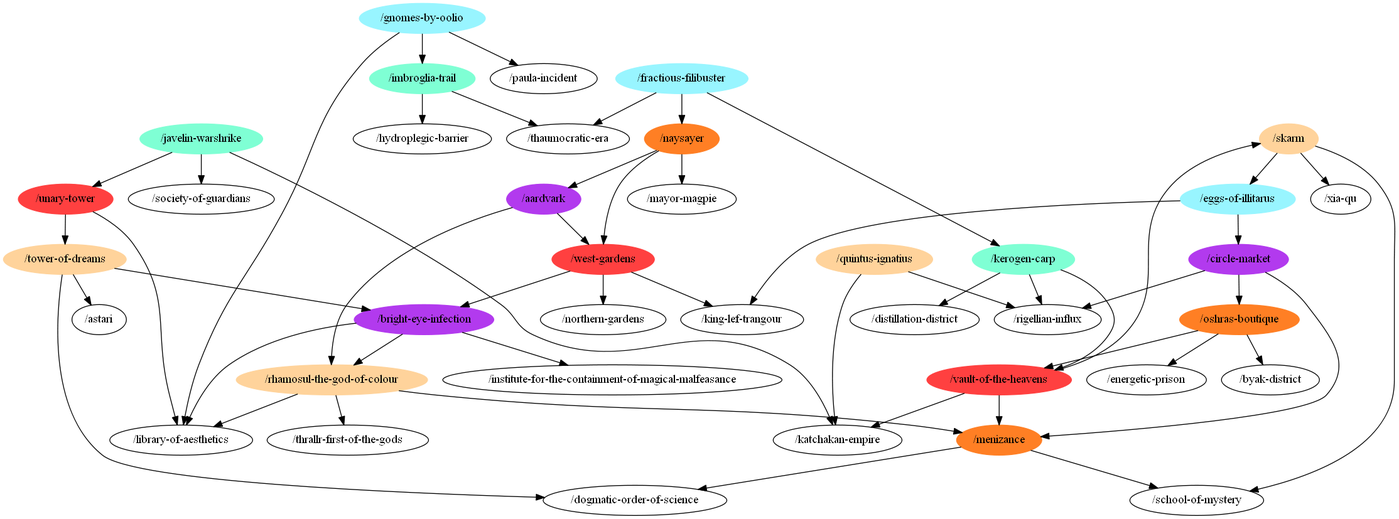
This is at-general.png from m-r-hunt/od117-walker, a Graphviz export, as it was before one commit. Its source is kept beside it as at-general.dot.
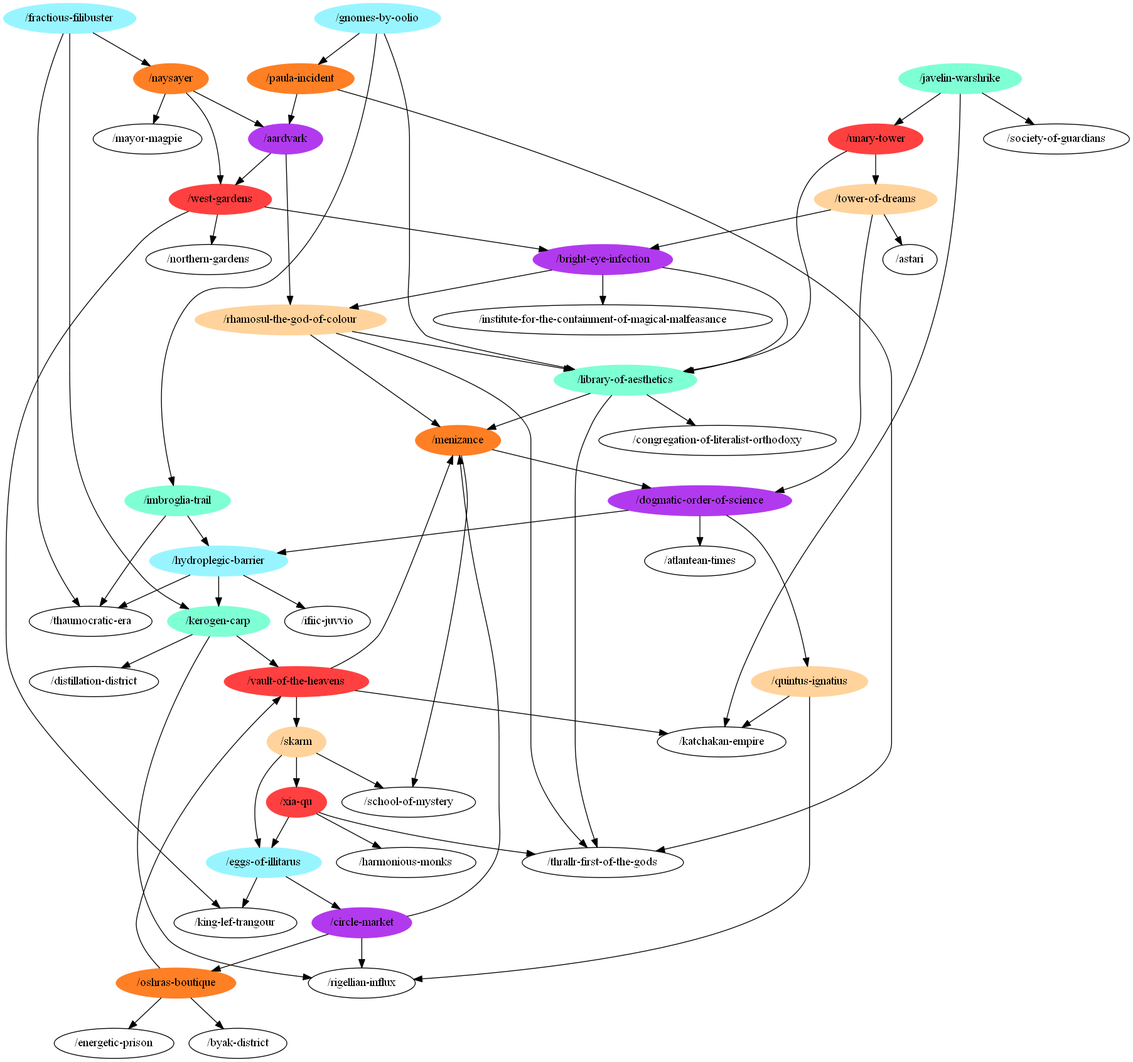
Later version of the same file.

The edit, as a diff of the source:
```diff
@@ -1,8 +1,10 @@
 digraph G {
 "/institute-for-the-containment-of-magical-malfeasance";
 "/thrallr-first-of-the-gods";
+"/harmonious-monks";
 "/unary-tower" [color=brown1,style=filled];
 "/kerogen-carp" [color=aquamarine,style=filled];
+"/atlantean-times";
 "/skarm" [color=burlywood1,style=filled];
 "/energetic-prison";
 "/javelin-warshrike" [color=aquamarine,style=filled];
@@ -12,8 +14,9 @@
 "/rhamosul-the-god-of-colour" [color=burlywood1,style=filled];
 "/eggs-of-illitarus" [color=cadetblue1,style=filled];
 "/distillation-district";
-"/paula-incident";
+"/paula-incident" [color=chocolate1,style=filled];
 "/naysayer" [color=chocolate1,style=filled];
+"/ifiic-juvvio";
 "/northern-gardens";
 "/quintus-ignatius" [color=burlywood1,style=filled];
 "/bright-eye-infection" [color=darkorchid2,style=filled];
@@ -21,18 +24,19 @@
 "/byak-district";
 "/vault-of-the-heavens" [color=brown1,style=filled];
 "/west-gardens" [color=brown1,style=filled];
-"/xia-qu";
+"/xia-qu" [color=brown1,style=filled];
 "/thaumocratic-era";
 "/mayor-magpie";
 "/astari";
 "/tower-of-dreams" [color=burlywood1,style=filled];
 "/oshras-boutique" [color=chocolate1,style=filled];
-"/dogmatic-order-of-science";
+"/dogmatic-order-of-science" [color=darkorchid2,style=filled];
+"/congregation-of-literalist-orthodoxy";
 "/rigellian-influx";
 "/fractious-filibuster" [color=cadetblue1,style=filled];
-"/hydroplegic-barrier";
+"/hydroplegic-barrier" [color=cadetblue1,style=filled];
 "/gnomes-by-oolio" [color=cadetblue1,style=filled];
-"/library-of-aesthetics";
+"/library-of-aesthetics" [color=aquamarine,style=filled];
 "/circle-market" [color=darkorchid2,style=filled];
 "/menizance" [color=chocolate1,style=filled];
 "/katchakan-empire";
@@ -55,6 +59,8 @@
 "/rhamosul-the-god-of-colour" -> "/menizance";
 "/eggs-of-illitarus" -> "/king-lef-trangour";
 "/eggs-of-illitarus" -> "/circle-market";
+"/paula-incident" -> "/thrallr-first-of-the-gods";
+"/paula-incident" -> "/aardvark";
 "/naysayer" -> "/west-gardens";
 "/naysayer" -> "/mayor-magpie";
 "/naysayer" -> "/aardvark";
@@ -69,18 +75,30 @@
 "/west-gardens" -> "/king-lef-trangour";
 "/west-gardens" -> "/northern-gardens";
 "/west-gardens" -> "/bright-eye-infection";
+"/xia-qu" -> "/thrallr-first-of-the-gods";
+"/xia-qu" -> "/harmonious-monks";
+"/xia-qu" -> "/eggs-of-illitarus";
 "/tower-of-dreams" -> "/bright-eye-infection";
 "/tower-of-dreams" -> "/astari";
 "/tower-of-dreams" -> "/dogmatic-order-of-science";
 "/oshras-boutique" -> "/energetic-prison";
 "/oshras-boutique" -> "/byak-district";
 "/oshras-boutique" -> "/vault-of-the-heavens";
+"/dogmatic-order-of-science" -> "/atlantean-times";
+"/dogmatic-order-of-science" -> "/quintus-ignatius";
+"/dogmatic-order-of-science" -> "/hydroplegic-barrier";
 "/fractious-filibuster" -> "/kerogen-carp";
 "/fractious-filibuster" -> "/naysayer";
 "/fractious-filibuster" -> "/thaumocratic-era";
+"/hydroplegic-barrier" -> "/kerogen-carp";
+"/hydroplegic-barrier" -> "/ifiic-juvvio";
+"/hydroplegic-barrier" -> "/thaumocratic-era";
 "/gnomes-by-oolio" -> "/imbroglia-trail";
 "/gnomes-by-oolio" -> "/paula-incident";
 "/gnomes-by-oolio" -> "/library-of-aesthetics";
+"/library-of-aesthetics" -> "/thrallr-first-of-the-gods";
+"/library-of-aesthetics" -> "/congregation-of-literalist-orthodoxy";
+"/library-of-aesthetics" -> "/menizance";
 "/circle-market" -> "/oshras-boutique";
 "/circle-market" -> "/rigellian-influx";
 "/circle-market" -> "/menizance";
```
